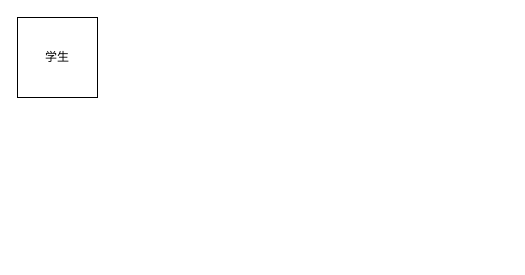
Above: 未命名绘图.drawio in MrliuXing520/diagrams (draw.io), before the change. Source tidied: cells renumbered, new cells numbered last; positions are measured from the earlier drawing's top-left corner, leaving out a move shared by most shapes. Both pictures are drawn from the tidied source at 100%, with x=0, y=0 at pixel (17, 17).
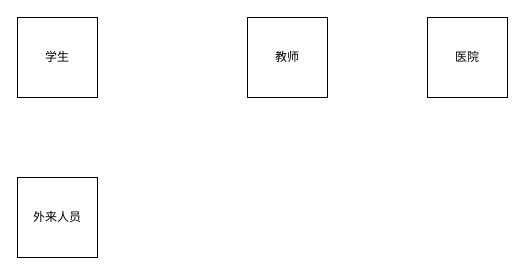
The same diagram, later.

Commit message:
更新未命名绘图.drawio

What changed in the source:
```diff
@@
 <mxGraphModel>
   <root>
     <mxCell id="0" />
     <mxCell id="1" parent="0" />
     <mxCell id="2" value="学生" style="whiteSpace=wrap;html=1;" parent="1" vertex="1">
       <mxGeometry width="80" height="80" as="geometry" />
     </mxCell>
+    <mxCell id="3" value="教师" style="whiteSpace=wrap;html=1;" parent="1" vertex="1">
+      <mxGeometry x="230" width="80" height="80" as="geometry" />
+    </mxCell>
+    <mxCell id="4" value="医院" style="whiteSpace=wrap;html=1;" parent="1" vertex="1">
+      <mxGeometry x="410" width="80" height="80" as="geometry" />
+    </mxCell>
+    <mxCell id="5" value="外来人员" style="whiteSpace=wrap;html=1;" parent="1" vertex="1">
+      <mxGeometry y="160" width="80" height="80" as="geometry" />
+    </mxCell>
   </root>
 </mxGraphModel>
```
